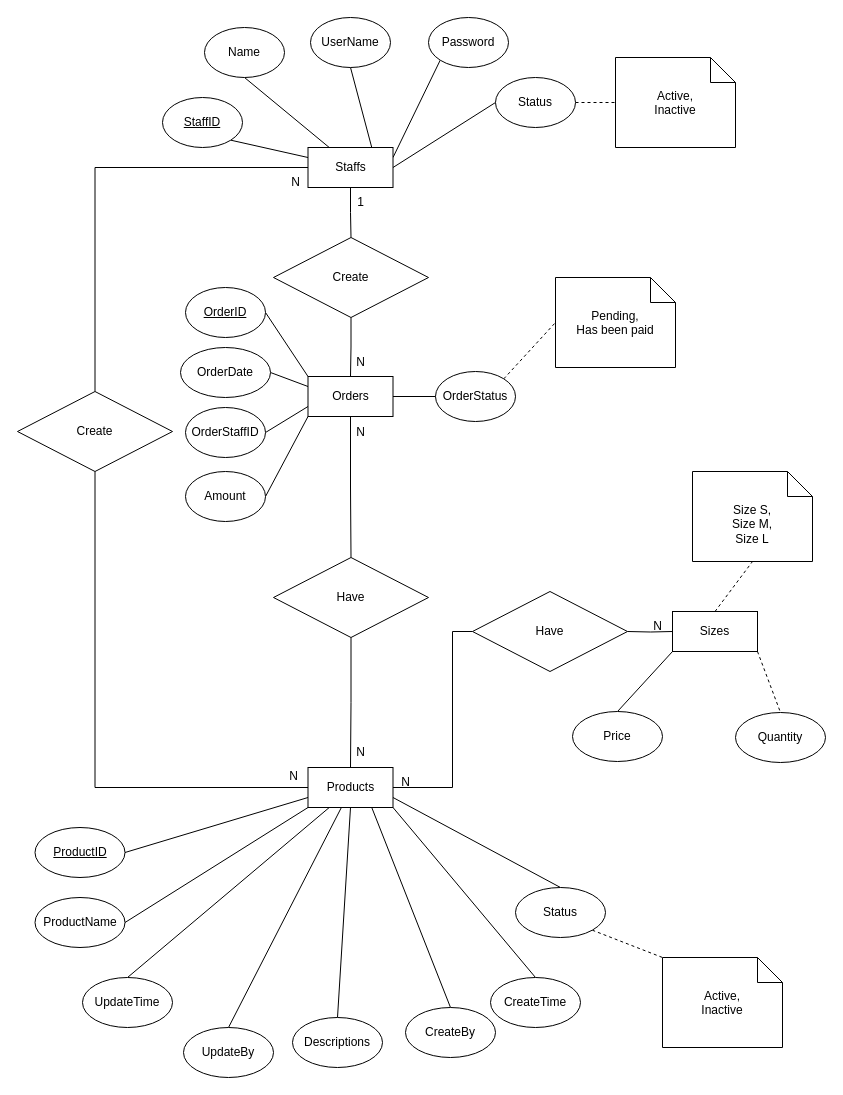
This is page "ERDConcept" (1 of 2) of Diagram/Entity_Relationship_Diagram/ERD1.drawio from NDuc-Dev/Project-1, a draw.io file, before an edit. Source tidied: cells renumbered, new cells numbered last; positions are measured from the earlier drawing's top-left corner, leaving out a move shared by most shapes. Both pictures are drawn from the tidied source at 100%, with x=0, y=0 at pixel (17, 17).
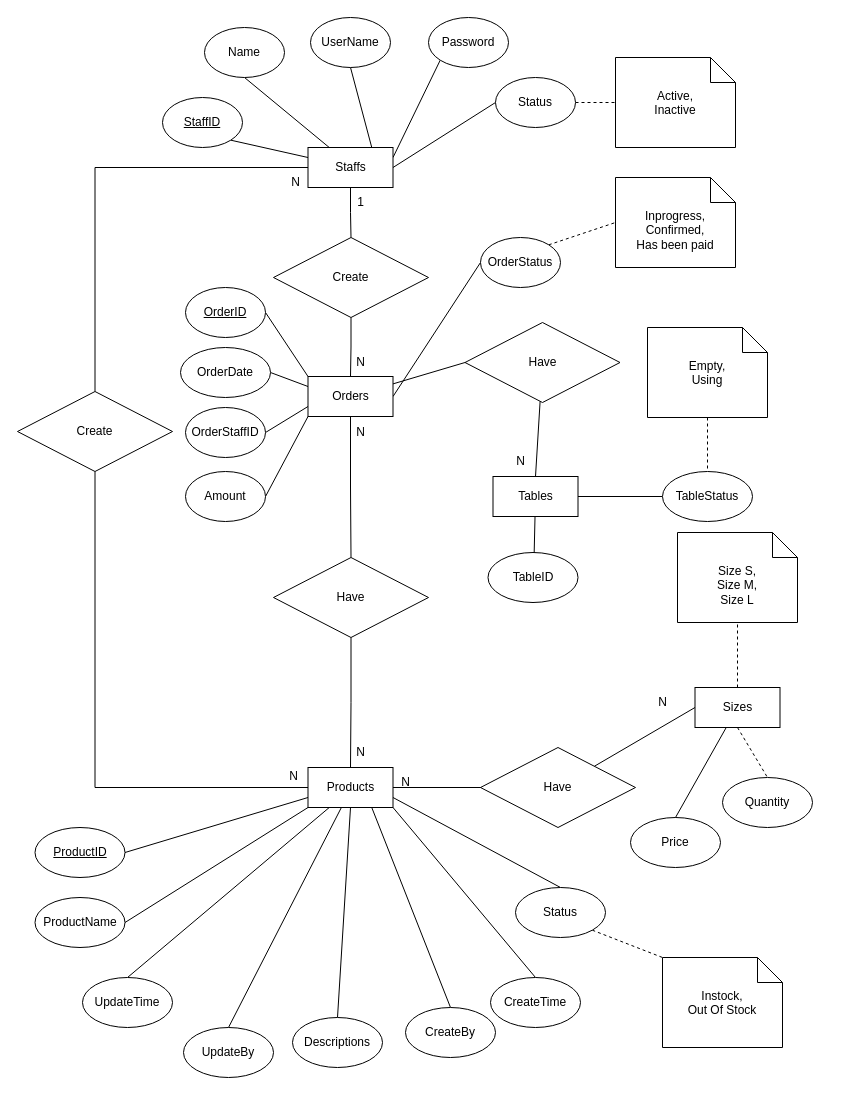
The same page after the edit.

Unchanged cells that the change refers to:
```xml
<mxCell id="20" value="Orders" style="rounded=0;whiteSpace=wrap;html=1;" parent="1" vertex="1">
  <mxGeometry x="290.5" y="359" width="85" height="40" as="geometry" />
</mxCell>
<mxCell id="43" value="Products" style="rounded=0;whiteSpace=wrap;html=1;" parent="1" vertex="1">
  <mxGeometry x="290.5" y="750" width="85" height="40" as="geometry" />
</mxCell>
```

What changed in the source:
```diff
@@
-    <mxCell id="16" style="rounded=0;jettySize=auto;html=1;exitX=1;exitY=0.5;exitDx=0;exitDy=0;entryX=1;entryY=0.5;entryDx=0;entryDy=0;endArrow=none;endFill=0;" parent="1" edge="1" source="20" target="28">
+    <mxCell id="16" style="rounded=0;jettySize=auto;html=1;exitX=1;exitY=0.5;exitDx=0;exitDy=0;entryX=0;entryY=0.5;entryDx=0;entryDy=0;endArrow=none;endFill=0;" parent="1" edge="1" source="20" target="28">
       <mxGeometry relative="1" as="geometry" />
     </mxCell>
@@
+    <mxCell id="74" style="rounded=0;jettySize=auto;html=1;entryX=0;entryY=0.5;entryDx=0;entryDy=0;endArrow=none;endFill=0;" parent="1" edge="1" source="20" target="77">
+      <mxGeometry relative="1" as="geometry" />
+    </mxCell>
@@
-    <mxCell id="27" style="rounded=0;jettySize=auto;html=1;exitX=1;exitY=0;exitDx=0;exitDy=0;entryX=0;entryY=0.5;entryDx=0;entryDy=0;entryPerimeter=0;endArrow=none;endFill=0;dashed=1;" parent="1" edge="1" source="28" target="69">
+    <mxCell id="27" style="rounded=0;jettySize=auto;html=1;entryX=0;entryY=0.5;entryDx=0;entryDy=0;entryPerimeter=0;endArrow=none;endFill=0;dashed=1;exitX=1;exitY=0;exitDx=0;exitDy=0;" parent="1" edge="1" source="28" target="69">
       <mxGeometry relative="1" as="geometry" />
     </mxCell>
     <mxCell id="28" value="OrderStatus" style="ellipse;whiteSpace=wrap;html=1;" parent="1" vertex="1">
-      <mxGeometry x="418" y="354" width="80" height="50" as="geometry" />
+      <mxGeometry x="463" y="220" width="80" height="50" as="geometry" />
     </mxCell>
@@
-    <mxCell id="34" style="rounded=0;jettySize=auto;html=1;exitX=1;exitY=1;exitDx=0;exitDy=0;entryX=0.5;entryY=0;entryDx=0;entryDy=0;endArrow=none;endFill=0;dashed=1;" parent="1" edge="1" source="52" target="47">
+    <mxCell id="34" style="rounded=0;jettySize=auto;html=1;exitX=0.5;exitY=1;exitDx=0;exitDy=0;entryX=0.5;entryY=0;entryDx=0;entryDy=0;endArrow=none;endFill=0;dashed=1;" parent="1" edge="1" source="52" target="47">
       <mxGeometry relative="1" as="geometry" />
     </mxCell>
-    <mxCell id="35" style="rounded=0;jettySize=auto;html=1;exitX=0;exitY=1;exitDx=0;exitDy=0;entryX=0.5;entryY=0;entryDx=0;entryDy=0;endArrow=none;endFill=0;" parent="1" edge="1" source="52" target="48">
-      <mxGeometry relative="1" as="geometry" />
-    </mxCell>
@@
     <mxCell id="37" style="edgeStyle=orthogonalEdgeStyle;rounded=0;jettySize=auto;html=1;exitX=1;exitY=0.5;exitDx=0;exitDy=0;entryX=0;entryY=0.5;entryDx=0;entryDy=0;endArrow=none;endFill=0;" parent="1" edge="1" source="43" target="55">
       <mxGeometry relative="1" as="geometry">
         <Array as="points">
-          <mxPoint x="435" y="770" />
-          <mxPoint x="435" y="614" />
+          <mxPoint x="585" y="770" />
         </Array>
       </mxGeometry>
     </mxCell>
@@
     <mxCell id="47" value="Quantity" style="ellipse;whiteSpace=wrap;html=1;" parent="1" vertex="1">
-      <mxGeometry x="718" y="695" width="90" height="50" as="geometry" />
+      <mxGeometry x="705" y="760" width="90" height="50" as="geometry" />
     </mxCell>
     <mxCell id="48" value="Price" style="ellipse;whiteSpace=wrap;html=1;" parent="1" vertex="1">
-      <mxGeometry x="555" y="694" width="90" height="50" as="geometry" />
+      <mxGeometry x="613" y="800" width="90" height="50" as="geometry" />
     </mxCell>
@@
+    <mxCell id="35" style="edgeStyle=none;rounded=0;jettySize=auto;html=1;entryX=0.5;entryY=0;entryDx=0;entryDy=0;endArrow=none;endFill=0;" parent="1" edge="1" source="52" target="48">
+      <mxGeometry relative="1" as="geometry" />
+    </mxCell>
     <mxCell id="52" value="Sizes" style="rounded=0;whiteSpace=wrap;html=1;" parent="1" vertex="1">
-      <mxGeometry x="655" y="594" width="85" height="40" as="geometry" />
+      <mxGeometry x="677.5" y="670" width="85" height="40" as="geometry" />
     </mxCell>
     <mxCell id="53" value="Size S,&lt;br&gt;Size M,&lt;br&gt;Size L&lt;br&gt;" style="shape=note2;boundedLbl=1;whiteSpace=wrap;html=1;size=25;verticalAlign=top;align=center;" parent="1" vertex="1">
-      <mxGeometry x="675" y="454" width="120" height="90" as="geometry" />
+      <mxGeometry x="660" y="515" width="120" height="90" as="geometry" />
     </mxCell>
-    <mxCell id="54" style="edgeStyle=orthogonalEdgeStyle;rounded=0;jettySize=auto;html=1;exitX=1;exitY=0.5;exitDx=0;exitDy=0;entryX=0;entryY=0.5;entryDx=0;entryDy=0;endArrow=none;endFill=0;" parent="1" edge="1" target="52">
-      <mxGeometry relative="1" as="geometry">
-        <mxPoint x="610" y="614" as="sourcePoint" />
-      </mxGeometry>
-    </mxCell>
+    <mxCell id="75" style="edgeStyle=none;rounded=0;jettySize=auto;html=1;entryX=0;entryY=0.5;entryDx=0;entryDy=0;endArrow=none;endFill=0;" parent="1" edge="1" source="55" target="52">
+      <mxGeometry relative="1" as="geometry" />
+    </mxCell>
     <mxCell id="55" value="Have" style="rhombus;whiteSpace=wrap;html=1;" parent="1" vertex="1">
-      <mxGeometry x="455" y="574" width="155" height="80" as="geometry" />
+      <mxGeometry x="463" y="730" width="155" height="80" as="geometry" />
     </mxCell>
@@
     <mxCell id="57" value="N" style="text;html=1;align=center;verticalAlign=middle;strokeColor=none;fillColor=none;" parent="1" vertex="1">
-      <mxGeometry x="625" y="594" width="30" height="30" as="geometry" />
+      <mxGeometry x="630" y="670" width="30" height="30" as="geometry" />
     </mxCell>
@@
-    <mxCell id="67" value="Active,&lt;br&gt;Inactive" style="shape=note2;boundedLbl=1;whiteSpace=wrap;html=1;size=25;verticalAlign=top;align=center;" parent="1" vertex="1">
+    <mxCell id="67" value="Instock,&lt;br&gt;Out Of Stock" style="shape=note2;boundedLbl=1;whiteSpace=wrap;html=1;size=25;verticalAlign=top;align=center;" parent="1" vertex="1">
       <mxGeometry x="645" y="940" width="120" height="90" as="geometry" />
     </mxCell>
@@
-    <mxCell id="69" value="Pending,&lt;br&gt;Has been paid" style="shape=note2;boundedLbl=1;whiteSpace=wrap;html=1;size=25;verticalAlign=top;align=center;" parent="1" vertex="1">
-      <mxGeometry x="538" y="260" width="120" height="90" as="geometry" />
+    <mxCell id="69" value="Inprogress,&lt;br&gt;Confirmed,&lt;br&gt;Has been paid" style="shape=note2;boundedLbl=1;whiteSpace=wrap;html=1;size=25;verticalAlign=top;align=center;" parent="1" vertex="1">
+      <mxGeometry x="598" y="160" width="120" height="90" as="geometry" />
     </mxCell>
@@
+    <mxCell id="76" style="edgeStyle=none;rounded=0;jettySize=auto;html=1;entryX=0.5;entryY=0;entryDx=0;entryDy=0;endArrow=none;endFill=0;" parent="1" edge="1" source="77" target="80">
+      <mxGeometry relative="1" as="geometry" />
+    </mxCell>
+    <mxCell id="77" value="Have" style="rhombus;whiteSpace=wrap;html=1;" parent="1" vertex="1">
+      <mxGeometry x="447.5" y="305" width="155" height="80" as="geometry" />
+    </mxCell>
+    <mxCell id="78" style="edgeStyle=none;rounded=0;jettySize=auto;html=1;entryX=0.5;entryY=1;entryDx=0;entryDy=0;endArrow=none;endFill=0;" parent="1" edge="1" source="80" target="82">
+      <mxGeometry relative="1" as="geometry" />
+    </mxCell>
+    <mxCell id="79" style="edgeStyle=none;rounded=0;jettySize=auto;html=1;entryX=0;entryY=0.5;entryDx=0;entryDy=0;endArrow=none;endFill=0;" parent="1" edge="1" source="80" target="83">
+      <mxGeometry relative="1" as="geometry" />
+    </mxCell>
+    <mxCell id="80" value="Tables" style="rounded=0;whiteSpace=wrap;html=1;" parent="1" vertex="1">
+      <mxGeometry x="475.5" y="459" width="85" height="40" as="geometry" />
+    </mxCell>
+    <mxCell id="81" value="N" style="text;html=1;align=center;verticalAlign=middle;strokeColor=none;fillColor=none;" parent="1" vertex="1">
+      <mxGeometry x="488" y="429" width="30" height="30" as="geometry" />
+    </mxCell>
+    <mxCell id="82" value="TableID" style="ellipse;whiteSpace=wrap;html=1;" parent="1" vertex="1">
+      <mxGeometry x="470.5" y="535" width="90" height="50" as="geometry" />
+    </mxCell>
+    <mxCell id="83" value="TableStatus" style="ellipse;whiteSpace=wrap;html=1;" parent="1" vertex="1">
+      <mxGeometry x="645" y="454" width="90" height="50" as="geometry" />
+    </mxCell>
+    <mxCell id="84" value="Empty,&lt;br&gt;Using" style="shape=note2;boundedLbl=1;whiteSpace=wrap;html=1;size=25;verticalAlign=top;align=center;" parent="1" vertex="1">
+      <mxGeometry x="630" y="310" width="120" height="90" as="geometry" />
+    </mxCell>
+    <mxCell id="85" style="rounded=0;jettySize=auto;html=1;entryX=0.5;entryY=0;entryDx=0;entryDy=0;endArrow=none;endFill=0;dashed=1;" parent="1" edge="1" source="84" target="83">
+      <mxGeometry relative="1" as="geometry" />
+    </mxCell>
```
